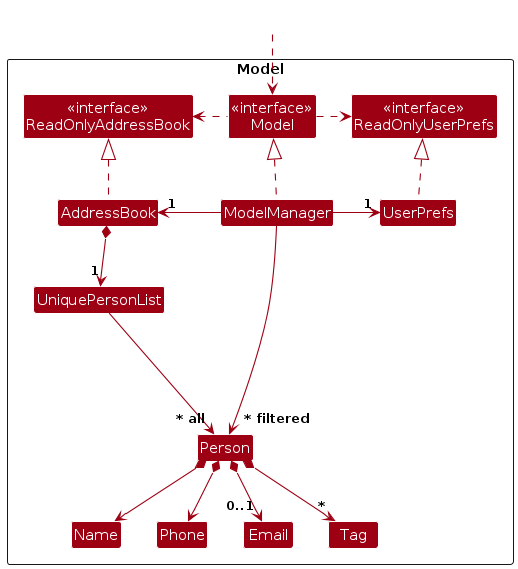
Earlier version of the PlantUML export diagrams/ModelClassDiagram.png (AY2627S1-CS2103T-T16-1/tp). Its source is kept beside it as diagrams/ModelClassDiagram.puml.
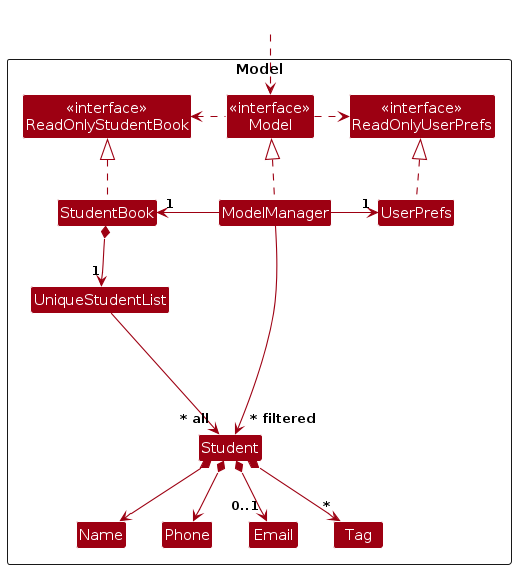
The same diagram one commit later.

Change to the diagram source:
```diff
@@ -5,15 +5,15 @@
 skinparam classBackgroundColor MODEL_COLOR
 
 Package Model as ModelPackage <<Rectangle>>{
-Class "<<interface>>\nReadOnlyAddressBook" as ReadOnlyAddressBook
+Class "<<interface>>\nReadOnlyStudentBook" as ReadOnlyStudentBook
 Class "<<interface>>\nReadOnlyUserPrefs" as ReadOnlyUserPrefs
 Class "<<interface>>\nModel" as Model
-Class AddressBook
+Class StudentBook
 Class ModelManager
 Class UserPrefs
 
-Class UniquePersonList
-Class Person
+Class UniqueStudentList
+Class Student
 Class Email
 Class Name
 Class Phone
@@ -25,27 +25,27 @@
 Class HiddenOutside #FFFFFF
 HiddenOutside ..> Model
 
-AddressBook .up.|> ReadOnlyAddressBook
+StudentBook .up.|> ReadOnlyStudentBook
 
 ModelManager .up.|> Model
 Model .right.> ReadOnlyUserPrefs
-Model .left.> ReadOnlyAddressBook
-ModelManager -left-> "1" AddressBook
+Model .left.> ReadOnlyStudentBook
+ModelManager -left-> "1" StudentBook
 ModelManager -right-> "1" UserPrefs
 UserPrefs .up.|> ReadOnlyUserPrefs
 
-AddressBook *--> "1" UniquePersonList
-UniquePersonList --> "~* all" Person
-Person *--> Name
-Person *--> Phone
-Person *--> "0..1" Email
-Person *--> "*" Tag
+StudentBook *--> "1" UniqueStudentList
+UniqueStudentList --> "~* all" Student
+Student *--> Name
+Student *--> Phone
+Student *--> "0..1" Email
+Student *--> "*" Tag
 
-Person -[hidden]up--> I
-UniquePersonList -[hidden]right-> I
+Student -[hidden]up--> I
+UniqueStudentList -[hidden]right-> I
 
 Name -[hidden]right-> Phone
 Phone -[hidden]right-> Email
 
-ModelManager --> "~* filtered" Person
+ModelManager --> "~* filtered" Student
 @enduml
```
